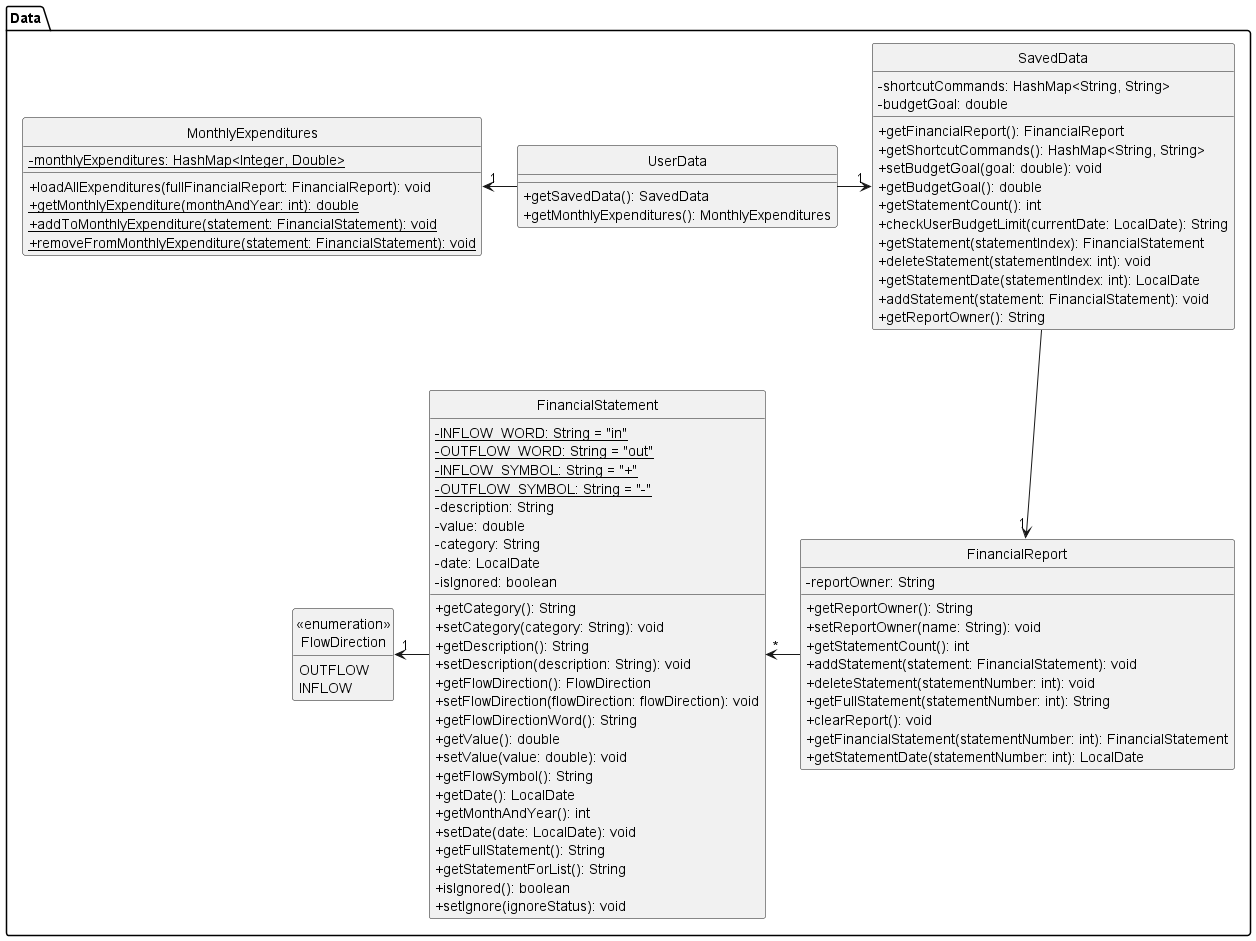
Before: docs/images/DeveloperGuide/DataClassDiagram.png, a diagram exported from PlantUML (nus-cs2113-AY2223S2/tp).
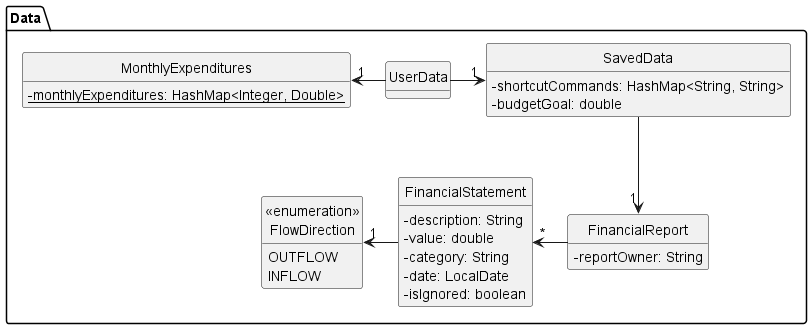
Above is the later version.

Commit message:
update UserData class diagram

What changed in the source:
```diff
@@ -9,74 +9,27 @@
 class "<<enumeration>>\nFlowDirection" as FlowDirection
 
 Class UserData {
-+getSavedData(): SavedData
-+getMonthlyExpenditures(): MonthlyExpenditures
 }
 
 Class SavedData {
 -shortcutCommands: HashMap<String, String>
 -budgetGoal: double
-+getFinancialReport(): FinancialReport
-+getShortcutCommands(): HashMap<String, String>
-+setBudgetGoal(goal: double): void
-+getBudgetGoal(): double
-+getStatementCount(): int
-+checkUserBudgetLimit(currentDate: LocalDate): String
-+getStatement(statementIndex): FinancialStatement
-+deleteStatement(statementIndex: int): void
-+getStatementDate(statementIndex: int): LocalDate
-+addStatement(statement: FinancialStatement): void
-+getReportOwner(): String
 }
 
 Class MonthlyExpenditures {
 -{static}monthlyExpenditures: HashMap<Integer, Double>
-+loadAllExpenditures(fullFinancialReport: FinancialReport): void
-+{static}getMonthlyExpenditure(monthAndYear: int): double
-+{static}addToMonthlyExpenditure(statement: FinancialStatement): void
-+{static}removeFromMonthlyExpenditure(statement: FinancialStatement): void
 }
 
 Class FinancialReport {
 -reportOwner: String
-+getReportOwner(): String
-+setReportOwner(name: String): void
-+getStatementCount(): int
-+addStatement(statement: FinancialStatement): void
-+deleteStatement(statementNumber: int): void
-+getFullStatement(statementNumber: int): String
-+clearReport(): void
-+getFinancialStatement(statementNumber: int): FinancialStatement
-+getStatementDate(statementNumber: int): LocalDate
 }
 
 Class FinancialStatement {
--{static}INFLOW_WORD: String = "in"
--{static}OUTFLOW_WORD: String = "out"
--{static}INFLOW_SYMBOL: String = "+"
--{static}OUTFLOW_SYMBOL: String = "-"
 -description: String
 -value: double
 -category: String
 -date: LocalDate
 -isIgnored: boolean
-+getCategory(): String
-+setCategory(category: String): void
-+getDescription(): String
-+setDescription(description: String): void
-+getFlowDirection(): FlowDirection
-+setFlowDirection(flowDirection: flowDirection): void
-+getFlowDirectionWord(): String
-+getValue(): double
-+setValue(value: double): void
-+getFlowSymbol(): String
-+getDate(): LocalDate
-+getMonthAndYear(): int
-+setDate(date: LocalDate): void
-+getFullStatement(): String
-+getStatementForList(): String
-+isIgnored(): boolean
-+setIgnore(ignoreStatus): void
 }
 
 Class FlowDirection {
```
